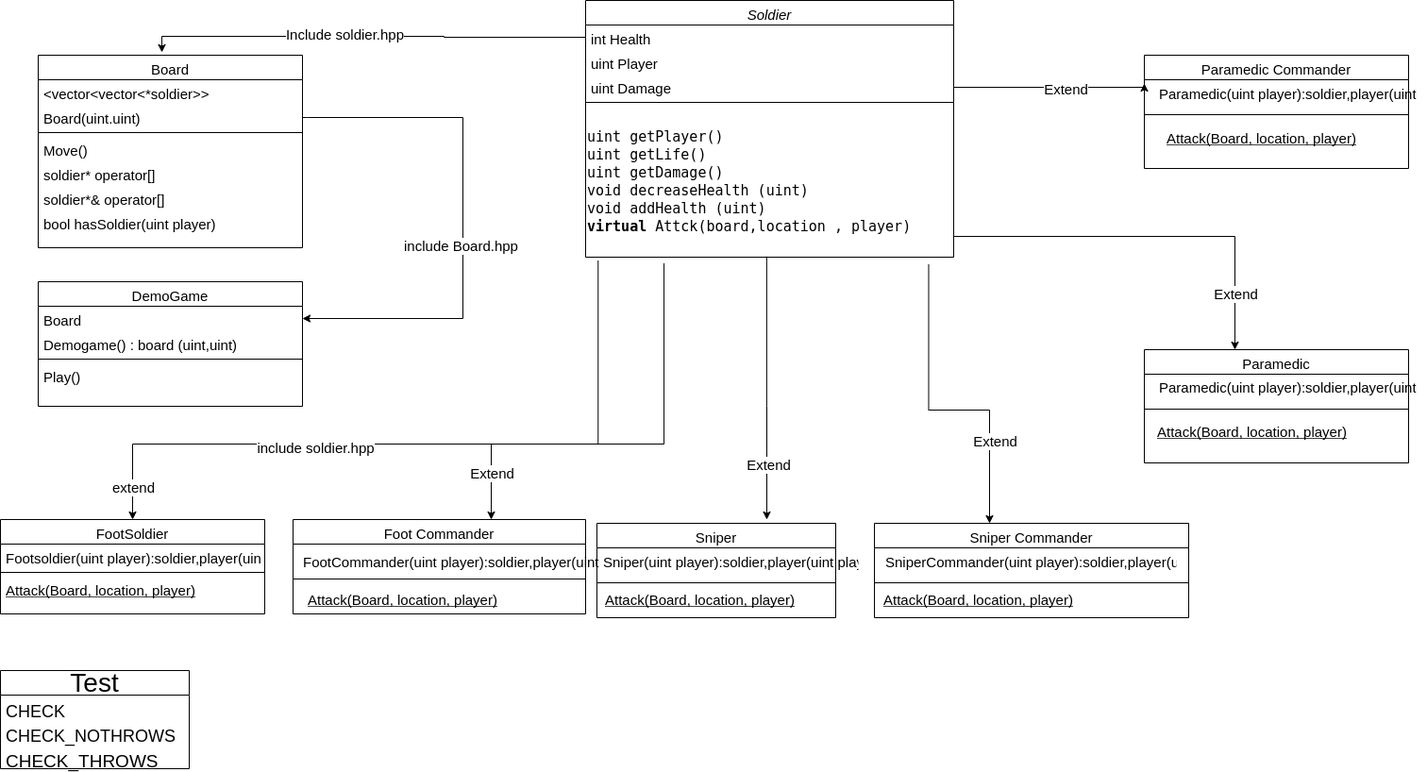
Above: ClassDiagram.png in Cpp-Course-Ariel/warGame (draw.io), before the change. Source tidied: cells renumbered, new cells last; positions are measured from the earlier drawing's top-left corner, leaving out a move shared by most shapes.
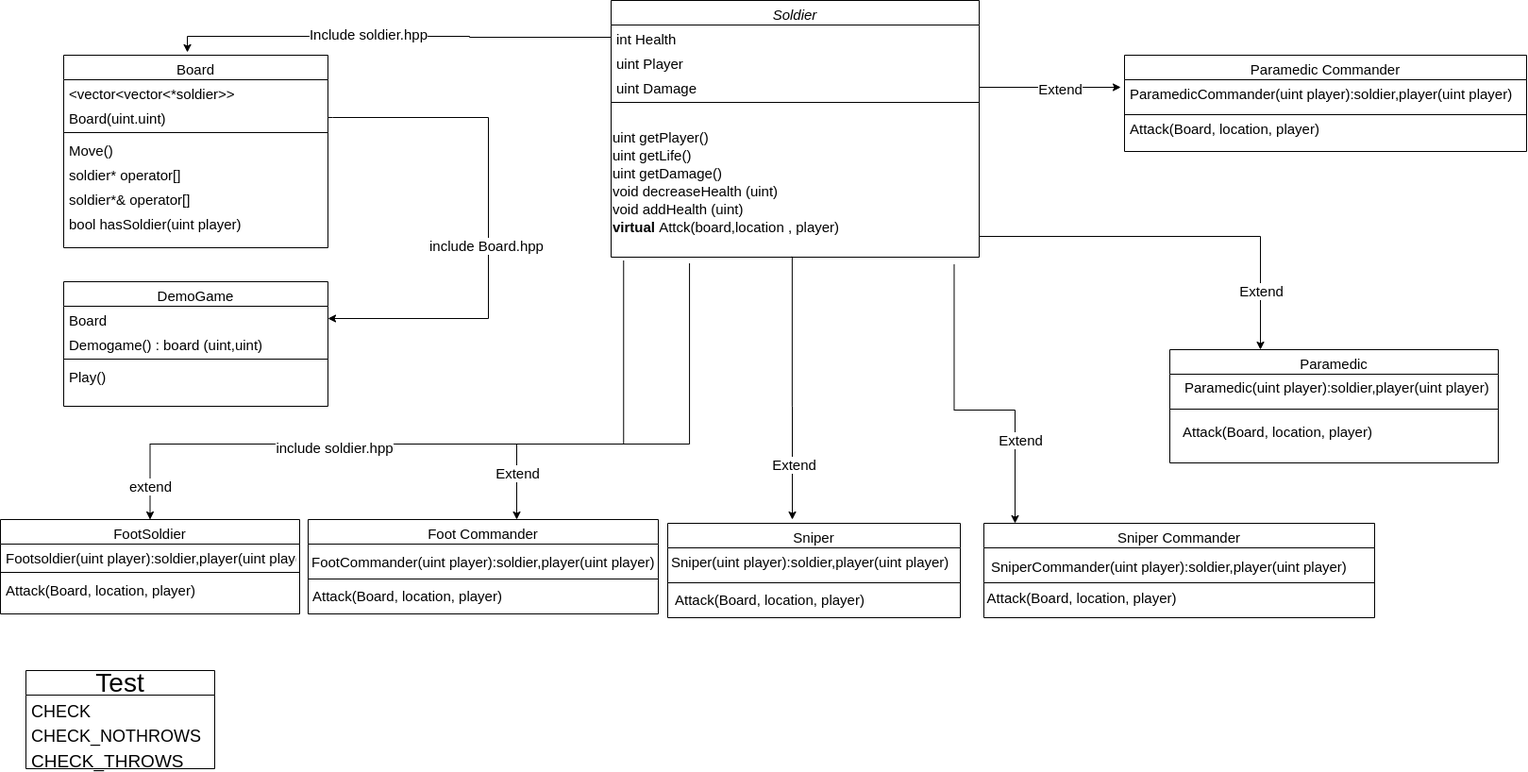
After the commit.

The edit, as a diff of the source:
```diff
@@ -41,41 +41,47 @@
     <mxCell id="8" value="Extend" style="edgeLabel;html=1;align=center;verticalAlign=middle;fontSize=15;" parent="7" vertex="1">
       <mxGeometry x="0.58" y="1" relative="1" as="geometry" />
     </mxCell>
+    <mxCell id="33" value="Paramedic Commander" style="swimlane;fontStyle=0;align=center;verticalAlign=top;horizontal=1;startSize=26;rounded=0;shadow=0;strokeWidth=1;fontSize=15;" parent="1" vertex="1">
+      <mxGeometry x="1164" y="58" width="426" height="102" as="geometry" />
+    </mxCell>
+    <mxCell id="34" style="line;html=1;strokeWidth=1;align=left;verticalAlign=middle;spacingTop=-1;spacingLeft=3;spacingRight=3;labelPosition=right;fontSize=15;" parent="33" vertex="1">
+      <mxGeometry y="26" width="426" height="74" as="geometry" />
+    </mxCell>
     <mxCell id="9" value="FootSoldier" style="swimlane;fontStyle=0;align=center;verticalAlign=top;horizontal=1;startSize=26;rounded=0;shadow=0;strokeWidth=1;fontSize=15;" parent="1" vertex="1">
-      <mxGeometry y="550" width="280" height="100" as="geometry" />
+      <mxGeometry x="-27" y="550" width="317" height="100" as="geometry" />
     </mxCell>
     <mxCell id="10" value="Footsoldier(uint player):soldier,player(uint player)" style="text;align=left;verticalAlign=top;spacingLeft=4;spacingRight=4;overflow=hidden;rounded=0;shadow=0;html=0;fontSize=15;" parent="9" vertex="1">
-      <mxGeometry y="26" width="280" height="26" as="geometry" />
+      <mxGeometry y="26" width="317" height="26" as="geometry" />
     </mxCell>
     <mxCell id="11" style="line;html=1;strokeWidth=1;align=left;verticalAlign=middle;spacingTop=-1;spacingLeft=3;spacingRight=3;labelPosition=right;fontSize=15;" parent="9" vertex="1">
-      <mxGeometry y="52" width="280" height="8" as="geometry" />
+      <mxGeometry y="52" width="317" height="8" as="geometry" />
     </mxCell>
-    <mxCell id="12" value="Attack(Board, location, player)" style="text;align=left;verticalAlign=top;spacingLeft=4;spacingRight=4;overflow=hidden;fontStyle=4;fontSize=15;" parent="9" vertex="1">
-      <mxGeometry y="60" width="280" height="26" as="geometry" />
+    <mxCell id="12" value="Attack(Board, location, player)" style="text;align=left;verticalAlign=top;spacingLeft=4;spacingRight=4;overflow=hidden;fontStyle=0;fontSize=15;" parent="9" vertex="1">
+      <mxGeometry y="60" width="317" height="26" as="geometry" />
     </mxCell>
     <mxCell id="13" value="Foot Commander" style="swimlane;fontStyle=0;align=center;verticalAlign=top;horizontal=1;startSize=26;rounded=0;shadow=0;strokeWidth=1;fontSize=15;" parent="1" vertex="1">
-      <mxGeometry x="310" y="550" width="310" height="100" as="geometry" />
+      <mxGeometry x="299" y="550" width="371" height="100" as="geometry" />
     </mxCell>
     <mxCell id="14" style="line;html=1;strokeWidth=1;align=left;verticalAlign=middle;spacingTop=-1;spacingLeft=3;spacingRight=3;labelPosition=right;fontSize=15;" parent="13" vertex="1">
-      <mxGeometry y="26" width="310" height="74" as="geometry" />
+      <mxGeometry y="26" width="371" height="74" as="geometry" />
     </mxCell>
     <mxCell id="15" value="FootCommander(uint player):soldier,player(uint player)" style="text;align=left;verticalAlign=top;spacingLeft=4;spacingRight=4;overflow=hidden;rounded=0;shadow=0;html=0;fontSize=15;" parent="1" vertex="1">
-      <mxGeometry x="315" y="580" width="325" height="26" as="geometry" />
+      <mxGeometry x="297" y="580" width="375" height="26" as="geometry" />
     </mxCell>
-    <mxCell id="16" value="Attack(Board, location, player)" style="text;align=left;verticalAlign=top;spacingLeft=4;spacingRight=4;overflow=hidden;fontStyle=4;fontSize=15;" parent="1" vertex="1">
-      <mxGeometry x="320" y="620" width="280" height="30" as="geometry" />
+    <mxCell id="16" value="Attack(Board, location, player)" style="text;align=left;verticalAlign=top;spacingLeft=4;spacingRight=4;overflow=hidden;fontStyle=0;fontSize=15;" parent="1" vertex="1">
+      <mxGeometry x="298" y="616" width="280" height="30" as="geometry" />
     </mxCell>
     <mxCell id="17" value="Sniper" style="swimlane;fontStyle=0;align=center;verticalAlign=top;horizontal=1;startSize=26;rounded=0;shadow=0;strokeWidth=1;fontSize=15;" parent="1" vertex="1">
-      <mxGeometry x="632" y="554" width="253" height="100" as="geometry" />
+      <mxGeometry x="680" y="554" width="310" height="100" as="geometry" />
     </mxCell>
     <mxCell id="18" style="line;html=1;strokeWidth=1;align=left;verticalAlign=middle;spacingTop=-1;spacingLeft=3;spacingRight=3;labelPosition=right;fontSize=15;" parent="17" vertex="1">
-      <mxGeometry y="26" width="253" height="74" as="geometry" />
+      <mxGeometry y="26" width="310" height="74" as="geometry" />
     </mxCell>
     <mxCell id="19" value="Sniper(uint player):soldier,player(uint player)" style="text;align=left;verticalAlign=top;spacingLeft=4;spacingRight=4;overflow=hidden;rounded=0;shadow=0;html=0;fontSize=15;" parent="1" vertex="1">
-      <mxGeometry x="633" y="580" width="280" height="26" as="geometry" />
+      <mxGeometry x="678" y="580" width="317" height="26" as="geometry" />
     </mxCell>
-    <mxCell id="20" value="Attack(Board, location, player)" style="text;align=left;verticalAlign=top;spacingLeft=4;spacingRight=4;overflow=hidden;fontStyle=4;fontSize=15;" parent="1" vertex="1">
-      <mxGeometry x="635" y="620" width="280" height="30" as="geometry" />
+    <mxCell id="20" value="Attack(Board, location, player)" style="text;align=left;verticalAlign=top;spacingLeft=4;spacingRight=4;overflow=hidden;fontStyle=0;fontSize=15;" parent="1" vertex="1">
+      <mxGeometry x="682" y="620" width="284" height="30" as="geometry" />
     </mxCell>
     <mxCell id="21" style="endArrow=classic;shadow=0;strokeWidth=1;strokeColor=#000000;rounded=0;endFill=1;edgeStyle=elbowEdgeStyle;elbow=vertical;startArrow=none;startFill=0;fontSize=15;exitX=0.932;exitY=1.05;exitDx=0;exitDy=0;exitPerimeter=0;" parent="1" edge="1" source="54">
       <mxGeometry x="0.5" y="41" relative="1" as="geometry">
@@ -90,26 +96,17 @@
       <mxGeometry x="0.47" y="5" relative="1" as="geometry" />
     </mxCell>
     <mxCell id="23" value="SniperCommander(uint player):soldier,player(uint player)" style="text;align=left;verticalAlign=top;spacingLeft=4;spacingRight=4;overflow=hidden;rounded=0;shadow=0;html=0;fontSize=15;" parent="1" vertex="1">
-      <mxGeometry x="932" y="580" width="318" height="26" as="geometry" />
+      <mxGeometry x="1017" y="585" width="388" height="26" as="geometry" />
     </mxCell>
-    <mxCell id="24" value="Attack(Board, location, player)" style="text;align=left;verticalAlign=top;spacingLeft=4;spacingRight=4;overflow=hidden;fontStyle=4;fontSize=15;" parent="1" vertex="1">
-      <mxGeometry x="930" y="620" width="280" height="30" as="geometry" />
-    </mxCell>
     <mxCell id="25" value="Paramedic" style="swimlane;fontStyle=0;align=center;verticalAlign=top;horizontal=1;startSize=26;rounded=0;shadow=0;strokeWidth=1;fontSize=15;" parent="1" vertex="1">
-      <mxGeometry x="1212" y="370" width="280" height="120" as="geometry" />
+      <mxGeometry x="1212" y="370" width="348" height="120" as="geometry" />
     </mxCell>
     <mxCell id="26" style="line;html=1;strokeWidth=1;align=left;verticalAlign=middle;spacingTop=-1;spacingLeft=3;spacingRight=3;labelPosition=right;fontSize=15;" parent="25" vertex="1">
-      <mxGeometry y="26" width="280" height="74" as="geometry" />
+      <mxGeometry y="26" width="348" height="74" as="geometry" />
     </mxCell>
     <mxCell id="27" value="Paramedic(uint player):soldier,player(uint player)" style="text;align=left;verticalAlign=top;spacingLeft=4;spacingRight=4;overflow=hidden;rounded=0;shadow=0;html=0;fontSize=15;" parent="1" vertex="1">
-      <mxGeometry x="1222" y="395" width="282" height="23" as="geometry" />
+      <mxGeometry x="1222" y="395" width="338" height="23" as="geometry" />
     </mxCell>
-    <mxCell id="28" value="Sniper Commander" style="swimlane;fontStyle=0;align=center;verticalAlign=top;horizontal=1;startSize=26;rounded=0;shadow=0;strokeWidth=1;fontSize=15;" parent="1" vertex="1">
-      <mxGeometry x="926" y="554" width="333" height="100" as="geometry" />
-    </mxCell>
-    <mxCell id="29" style="line;html=1;strokeWidth=1;align=left;verticalAlign=middle;spacingTop=-1;spacingLeft=3;spacingRight=3;labelPosition=right;fontSize=15;" parent="28" vertex="1">
-      <mxGeometry y="26" width="333" height="74" as="geometry" />
-    </mxCell>
     <mxCell id="30" style="endArrow=classic;shadow=0;strokeWidth=1;strokeColor=#000000;rounded=0;endFill=1;edgeStyle=elbowEdgeStyle;elbow=vertical;startArrow=none;startFill=0;fontSize=15;" parent="1" edge="1">
       <mxGeometry x="0.5" y="41" relative="1" as="geometry">
         <mxPoint x="1010" y="250" as="sourcePoint" />
@@ -123,17 +120,12 @@
     <mxCell id="31" value="Extend" style="edgeLabel;html=1;align=center;verticalAlign=middle;fontSize=15;" parent="30" vertex="1">
       <mxGeometry x="0.7" relative="1" as="geometry" />
     </mxCell>
-    <mxCell id="32" value="Attack(Board, location, player)" style="text;align=left;verticalAlign=top;spacingLeft=4;spacingRight=4;overflow=hidden;fontStyle=4;fontSize=15;" parent="1" vertex="1">
+    <mxCell id="32" value="Attack(Board, location, player)" style="text;align=left;verticalAlign=top;spacingLeft=4;spacingRight=4;overflow=hidden;fontStyle=0;fontSize=15;" parent="1" vertex="1">
       <mxGeometry x="1220" y="442" width="280" height="30" as="geometry" />
     </mxCell>
-    <mxCell id="33" value="Paramedic Commander" style="swimlane;fontStyle=0;align=center;verticalAlign=top;horizontal=1;startSize=26;rounded=0;shadow=0;strokeWidth=1;fontSize=15;" parent="1" vertex="1">
-      <mxGeometry x="1212" y="58" width="280" height="120" as="geometry" />
-    </mxCell>
-    <mxCell id="34" style="line;html=1;strokeWidth=1;align=left;verticalAlign=middle;spacingTop=-1;spacingLeft=3;spacingRight=3;labelPosition=right;fontSize=15;" parent="33" vertex="1">
-      <mxGeometry y="26" width="280" height="74" as="geometry" />
-    </mxCell>
-    <mxCell id="35" style="endArrow=classic;shadow=0;strokeWidth=1;strokeColor=#000000;rounded=0;endFill=1;edgeStyle=elbowEdgeStyle;elbow=vertical;startArrow=none;startFill=0;exitX=1;exitY=0.5;exitDx=0;exitDy=0;fontSize=15;entryX=0;entryY=0.25;entryDx=0;entryDy=0;startSize=12;" parent="1" edge="1" source="52" target="33">
+    <mxCell id="35" style="endArrow=classic;shadow=0;strokeWidth=1;strokeColor=#000000;rounded=0;endFill=1;edgeStyle=elbowEdgeStyle;elbow=vertical;startArrow=none;startFill=0;exitX=1;exitY=0.5;exitDx=0;exitDy=0;fontSize=15;startSize=12;" parent="1" edge="1" source="52">
       <mxGeometry x="0.5" y="41" relative="1" as="geometry">
+        <mxPoint x="1160" y="92" as="targetPoint" />
         <Array as="points">
           <mxPoint x="983.3" y="92" />
         </Array>
@@ -145,12 +137,9 @@
         <mxPoint x="-1" as="offset" />
       </mxGeometry>
     </mxCell>
-    <mxCell id="37" value="Paramedic(uint player):soldier,player(uint player)" style="text;align=left;verticalAlign=top;spacingLeft=4;spacingRight=4;overflow=hidden;rounded=0;shadow=0;html=0;fontSize=15;" parent="1" vertex="1">
-      <mxGeometry x="1222" y="84" width="282" height="23" as="geometry" />
+    <mxCell id="37" value="ParamedicCommander(uint player):soldier,player(uint player)" style="text;align=left;verticalAlign=top;spacingLeft=4;spacingRight=4;overflow=hidden;rounded=0;shadow=0;html=0;fontSize=15;" parent="1" vertex="1">
+      <mxGeometry x="1164" y="84" width="418" height="23" as="geometry" />
     </mxCell>
-    <mxCell id="38" value="Attack(Board, location, player)" style="text;align=left;verticalAlign=top;spacingLeft=4;spacingRight=4;overflow=hidden;fontStyle=4;fontSize=15;" parent="1" vertex="1">
-      <mxGeometry x="1230" y="131" width="280" height="30" as="geometry" />
-    </mxCell>
     <mxCell id="39" value="Board" style="swimlane;fontStyle=0;align=center;verticalAlign=top;horizontal=1;startSize=26;rounded=0;shadow=0;strokeWidth=1;fontSize=15;" parent="1" vertex="1">
       <mxGeometry x="40" y="58" width="280" height="204" as="geometry" />
     </mxCell>
@@ -196,7 +185,7 @@
     <mxCell id="53" style="line;html=1;strokeWidth=1;align=left;verticalAlign=middle;spacingTop=-1;spacingLeft=3;spacingRight=3;labelPosition=right;fontSize=15;" parent="49" vertex="1">
       <mxGeometry y="104" width="390" height="8" as="geometry" />
     </mxCell>
-    <mxCell id="54" value="&lt;div style=&quot;font-family: &amp;quot;droid sans mono&amp;quot;, monospace, monospace, &amp;quot;droid sans fallback&amp;quot;; font-size: 15px; line-height: 19px;&quot;&gt;&lt;h4 style=&quot;font-size: 15px;&quot;&gt;&lt;span style=&quot;font-weight: normal; font-size: 15px;&quot;&gt;&lt;span style=&quot;background-color: rgb(255, 255, 255); font-size: 15px;&quot;&gt;uint getPlayer()&lt;br style=&quot;font-size: 15px;&quot;&gt;&lt;/span&gt;&lt;/span&gt;&lt;span style=&quot;font-weight: normal; font-size: 15px;&quot;&gt;&lt;span style=&quot;background-color: rgb(255, 255, 255); font-size: 15px;&quot;&gt;uint getLife()&lt;br style=&quot;font-size: 15px;&quot;&gt;&lt;/span&gt;&lt;/span&gt;&lt;span style=&quot;font-weight: normal; font-size: 15px;&quot;&gt;&lt;span style=&quot;background-color: rgb(255, 255, 255); font-size: 15px;&quot;&gt;uint getDamage()&lt;br style=&quot;font-size: 15px;&quot;&gt;&lt;/span&gt;&lt;/span&gt;&lt;span style=&quot;font-weight: normal; font-size: 15px;&quot;&gt;&lt;span style=&quot;background-color: rgb(255, 255, 255); font-size: 15px;&quot;&gt;void decreaseHealth (uint)&lt;br style=&quot;font-size: 15px;&quot;&gt;&lt;/span&gt;&lt;/span&gt;&lt;span style=&quot;font-weight: normal; font-size: 15px;&quot;&gt;&lt;span style=&quot;background-color: rgb(255, 255, 255); font-size: 15px;&quot;&gt;void addHealth (uint)&lt;br style=&quot;font-size: 15px;&quot;&gt;&lt;/span&gt;&lt;/span&gt;&lt;span style=&quot;background-color: rgb(255, 255, 255); font-size: 15px;&quot;&gt;virtual&lt;span style=&quot;font-weight: normal; font-size: 15px;&quot;&gt; Attck(board,location , player)&amp;nbsp;&lt;/span&gt;&lt;/span&gt;&lt;/h4&gt;&lt;/div&gt;" style="text;html=1;align=left;verticalAlign=middle;points=[];fontSize=15;" parent="49" vertex="1">
+    <mxCell id="54" value="&lt;div style=&quot;font-size: 15px; line-height: 19px;&quot;&gt;&lt;h4 style=&quot;font-size: 15px;&quot;&gt;&lt;span style=&quot;font-weight: normal; font-size: 15px;&quot;&gt;&lt;span style=&quot;background-color: rgb(255, 255, 255); font-size: 15px;&quot;&gt;uint getPlayer()&lt;br style=&quot;font-size: 15px;&quot;&gt;&lt;/span&gt;&lt;/span&gt;&lt;span style=&quot;font-weight: normal; font-size: 15px;&quot;&gt;&lt;span style=&quot;background-color: rgb(255, 255, 255); font-size: 15px;&quot;&gt;uint getLife()&lt;br style=&quot;font-size: 15px;&quot;&gt;&lt;/span&gt;&lt;/span&gt;&lt;span style=&quot;font-weight: normal; font-size: 15px;&quot;&gt;&lt;span style=&quot;background-color: rgb(255, 255, 255); font-size: 15px;&quot;&gt;uint getDamage()&lt;br style=&quot;font-size: 15px;&quot;&gt;&lt;/span&gt;&lt;/span&gt;&lt;span style=&quot;font-weight: normal; font-size: 15px;&quot;&gt;&lt;span style=&quot;background-color: rgb(255, 255, 255); font-size: 15px;&quot;&gt;void decreaseHealth (uint)&lt;br style=&quot;font-size: 15px;&quot;&gt;&lt;/span&gt;&lt;/span&gt;&lt;span style=&quot;font-weight: normal; font-size: 15px;&quot;&gt;&lt;span style=&quot;background-color: rgb(255, 255, 255); font-size: 15px;&quot;&gt;void addHealth (uint)&lt;br style=&quot;font-size: 15px;&quot;&gt;&lt;/span&gt;&lt;/span&gt;&lt;span style=&quot;background-color: rgb(255, 255, 255); font-size: 15px;&quot;&gt;virtual&lt;span style=&quot;font-weight: normal; font-size: 15px;&quot;&gt; Attck(board,location , player)&amp;nbsp;&lt;/span&gt;&lt;/span&gt;&lt;/h4&gt;&lt;/div&gt;" style="text;html=1;align=left;verticalAlign=middle;points=[];fontSize=15;fontFamily=Helvetica;" parent="49" vertex="1">
       <mxGeometry y="112" width="390" height="160" as="geometry" />
     </mxCell>
     <mxCell id="55" value="DemoGame" style="swimlane;fontStyle=0;align=center;verticalAlign=top;horizontal=1;startSize=26;rounded=0;shadow=0;strokeWidth=1;fontSize=15;" parent="1" vertex="1">
@@ -239,5 +228,17 @@
     <mxCell id="65" value="CHECK_THROWS" style="text;strokeColor=none;fillColor=none;align=left;verticalAlign=top;spacingLeft=4;spacingRight=4;overflow=hidden;fontSize=19;" parent="62" vertex="1">
       <mxGeometry y="78" width="200" height="26" as="geometry" />
     </mxCell>
+    <mxCell id="38" value="Attack(Board, location, player)" style="text;align=left;verticalAlign=top;spacingLeft=4;spacingRight=4;overflow=hidden;fontStyle=0;fontSize=15;" parent="1" vertex="1">
+      <mxGeometry x="1164" y="121" width="426" height="30" as="geometry" />
+    </mxCell>
+    <mxCell id="28" value="Sniper Commander" style="swimlane;fontStyle=0;align=center;verticalAlign=top;horizontal=1;startSize=26;rounded=0;shadow=0;strokeWidth=1;fontSize=15;" parent="1" vertex="1">
+      <mxGeometry x="1015" y="554" width="414" height="100" as="geometry" />
+    </mxCell>
+    <mxCell id="29" style="line;html=1;strokeWidth=1;align=left;verticalAlign=middle;spacingTop=-1;spacingLeft=3;spacingRight=3;labelPosition=right;fontSize=15;" parent="28" vertex="1">
+      <mxGeometry y="26" width="414" height="74" as="geometry" />
+    </mxCell>
+    <mxCell id="24" value="Attack(Board, location, player)" style="text;align=center;verticalAlign=top;spacingLeft=4;spacingRight=4;overflow=hidden;fontStyle=0;fontSize=15;" parent="1" vertex="1">
+      <mxGeometry x="958" y="618" width="322" height="30" as="geometry" />
+    </mxCell>
   </root>
 </mxGraphModel>
```
